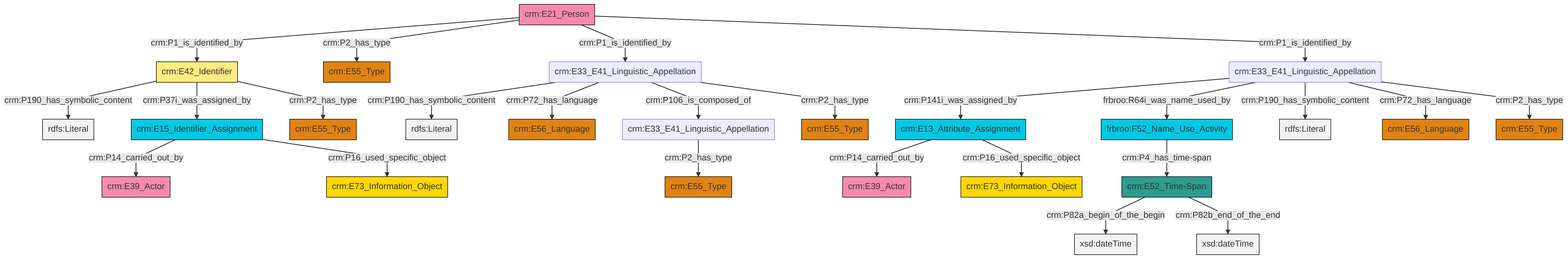
Before: et/personCSV/ttl/mmd/png/Person_Names_and_Classification.png, a diagram exported from Mermaid (swiss-art-research-net/docs.swissartresearch). Its source is kept beside it as et/personCSV/ttl/mmd/Person_Names_and_Classification.ttl.mmd.
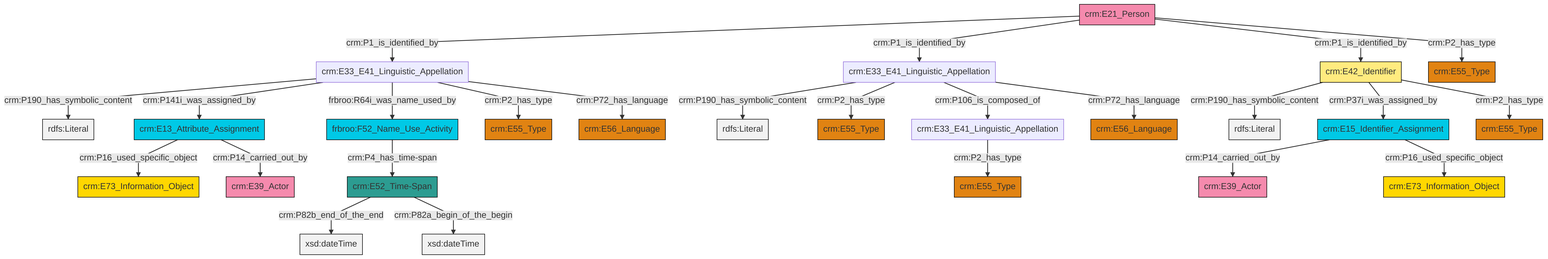
Later version of the same file.

What changed in the source:
```diff
@@ -13,27 +13,27 @@
 classDef PC_Classes fill:#4ce600, stroke:#000000;
 classDef Multi fill:#cccccc,stroke:#000000;
 
-4["crm:E13_Attribute_Assignment"]:::Temporal_Entity -->|crm:P14_carried_out_by| 5["crm:E39_Actor"]:::Actor
-6["crm:E15_Identifier_Assignment"]:::Temporal_Entity -->|crm:P14_carried_out_by| 7["crm:E39_Actor"]:::Actor
-8["crm:E42_Identifier"]:::Appellation -->|crm:P190_has_symbolic_content| 9[rdfs:Literal]:::Literal
-8["crm:E42_Identifier"]:::Appellation -->|crm:P37i_was_assigned_by| 6["crm:E15_Identifier_Assignment"]:::Temporal_Entity
-10["crm:E33_E41_Linguistic_Appellation"]:::Default -->|crm:P141i_was_assigned_by| 4["crm:E13_Attribute_Assignment"]:::Temporal_Entity
-10["crm:E33_E41_Linguistic_Appellation"]:::Default -->|frbroo:R64i_was_name_used_by| 17["frbroo:F52_Name_Use_Activity"]:::Temporal_Entity
-18["crm:E33_E41_Linguistic_Appellation"]:::Default -->|crm:P190_has_symbolic_content| 19[rdfs:Literal]:::Literal
-10["crm:E33_E41_Linguistic_Appellation"]:::Default -->|crm:P190_has_symbolic_content| 20[rdfs:Literal]:::Literal
-17["frbroo:F52_Name_Use_Activity"]:::Temporal_Entity -->|crm:P4_has_time-span| 11["crm:E52_Time-Span"]:::Time-Span
-2["crm:E21_Person"]:::Actor -->|crm:P1_is_identified_by| 8["crm:E42_Identifier"]:::Appellation
-10["crm:E33_E41_Linguistic_Appellation"]:::Default -->|crm:P72_has_language| 26["crm:E56_Language"]:::Type
-28["crm:E33_E41_Linguistic_Appellation"]:::Default -->|crm:P2_has_type| 23["crm:E55_Type"]:::Type
-6["crm:E15_Identifier_Assignment"]:::Temporal_Entity -->|crm:P16_used_specific_object| 29["crm:E73_Information_Object"]:::Conceptual_Object
-18["crm:E33_E41_Linguistic_Appellation"]:::Default -->|crm:P72_has_language| 13["crm:E56_Language"]:::Type
-18["crm:E33_E41_Linguistic_Appellation"]:::Default -->|crm:P106_is_composed_of| 28["crm:E33_E41_Linguistic_Appellation"]:::Default
-11["crm:E52_Time-Span"]:::Time-Span -->|crm:P82a_begin_of_the_begin| 32[xsd:dateTime]:::Literal
-11["crm:E52_Time-Span"]:::Time-Span -->|crm:P82b_end_of_the_end| 35[xsd:dateTime]:::Literal
-2["crm:E21_Person"]:::Actor -->|crm:P2_has_type| 15["crm:E55_Type"]:::Type
-18["crm:E33_E41_Linguistic_Appellation"]:::Default -->|crm:P2_has_type| 0["crm:E55_Type"]:::Type
-2["crm:E21_Person"]:::Actor -->|crm:P1_is_identified_by| 18["crm:E33_E41_Linguistic_Appellation"]:::Default
-10["crm:E33_E41_Linguistic_Appellation"]:::Default -->|crm:P2_has_type| 30["crm:E55_Type"]:::Type
-8["crm:E42_Identifier"]:::Appellation -->|crm:P2_has_type| 21["crm:E55_Type"]:::Type
-2["crm:E21_Person"]:::Actor -->|crm:P1_is_identified_by| 10["crm:E33_E41_Linguistic_Appellation"]:::Default
-4["crm:E13_Attribute_Assignment"]:::Temporal_Entity -->|crm:P16_used_specific_object| 33["crm:E73_Information_Object"]:::Conceptual_Object
+4["frbroo:F52_Name_Use_Activity"]:::Temporal_Entity -->|crm:P4_has_time-span| 5["crm:E52_Time-Span"]:::Time-Span
+6["crm:E33_E41_Linguistic_Appellation"]:::Default -->|crm:P190_has_symbolic_content| 7[rdfs:Literal]:::Literal
+15["crm:E21_Person"]:::Actor -->|crm:P1_is_identified_by| 6["crm:E33_E41_Linguistic_Appellation"]:::Default
+2["crm:E33_E41_Linguistic_Appellation"]:::Default -->|crm:P190_has_symbolic_content| 18[rdfs:Literal]:::Literal
+6["crm:E33_E41_Linguistic_Appellation"]:::Default -->|crm:P141i_was_assigned_by| 21["crm:E13_Attribute_Assignment"]:::Temporal_Entity
+5["crm:E52_Time-Span"]:::Time-Span -->|crm:P82b_end_of_the_end| 24[xsd:dateTime]:::Literal
+27["crm:E42_Identifier"]:::Appellation -->|crm:P190_has_symbolic_content| 28[rdfs:Literal]:::Literal
+13["crm:E15_Identifier_Assignment"]:::Temporal_Entity -->|crm:P14_carried_out_by| 29["crm:E39_Actor"]:::Actor
+13["crm:E15_Identifier_Assignment"]:::Temporal_Entity -->|crm:P16_used_specific_object| 30["crm:E73_Information_Object"]:::Conceptual_Object
+15["crm:E21_Person"]:::Actor -->|crm:P1_is_identified_by| 2["crm:E33_E41_Linguistic_Appellation"]:::Default
+15["crm:E21_Person"]:::Actor -->|crm:P1_is_identified_by| 27["crm:E42_Identifier"]:::Appellation
+21["crm:E13_Attribute_Assignment"]:::Temporal_Entity -->|crm:P16_used_specific_object| 31["crm:E73_Information_Object"]:::Conceptual_Object
+15["crm:E21_Person"]:::Actor -->|crm:P2_has_type| 8["crm:E55_Type"]:::Type
+22["crm:E33_E41_Linguistic_Appellation"]:::Default -->|crm:P2_has_type| 16["crm:E55_Type"]:::Type
+5["crm:E52_Time-Span"]:::Time-Span -->|crm:P82a_begin_of_the_begin| 36[xsd:dateTime]:::Literal
+2["crm:E33_E41_Linguistic_Appellation"]:::Default -->|crm:P2_has_type| 19["crm:E55_Type"]:::Type
+27["crm:E42_Identifier"]:::Appellation -->|crm:P37i_was_assigned_by| 13["crm:E15_Identifier_Assignment"]:::Temporal_Entity
+27["crm:E42_Identifier"]:::Appellation -->|crm:P2_has_type| 40["crm:E55_Type"]:::Type
+2["crm:E33_E41_Linguistic_Appellation"]:::Default -->|crm:P106_is_composed_of| 22["crm:E33_E41_Linguistic_Appellation"]:::Default
+6["crm:E33_E41_Linguistic_Appellation"]:::Default -->|frbroo:R64i_was_name_used_by| 4["frbroo:F52_Name_Use_Activity"]:::Temporal_Entity
+6["crm:E33_E41_Linguistic_Appellation"]:::Default -->|crm:P2_has_type| 34["crm:E55_Type"]:::Type
+2["crm:E33_E41_Linguistic_Appellation"]:::Default -->|crm:P72_has_language| 0["crm:E56_Language"]:::Type
+21["crm:E13_Attribute_Assignment"]:::Temporal_Entity -->|crm:P14_carried_out_by| 11["crm:E39_Actor"]:::Actor
+6["crm:E33_E41_Linguistic_Appellation"]:::Default -->|crm:P72_has_language| 25["crm:E56_Language"]:::Type
```
